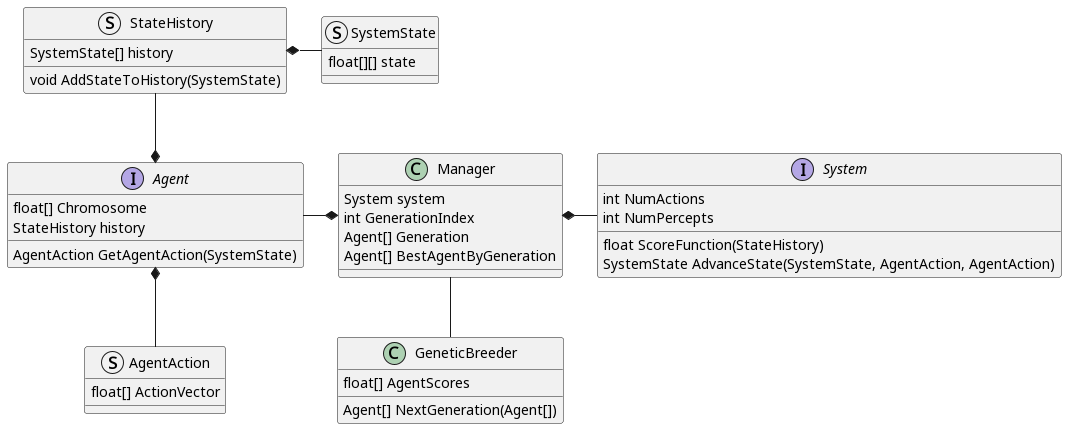
Earlier version of the PlantUML export UML/ProjectPlan.png (Otago-Computing-Students-Society/FoosballGeneticLearning).
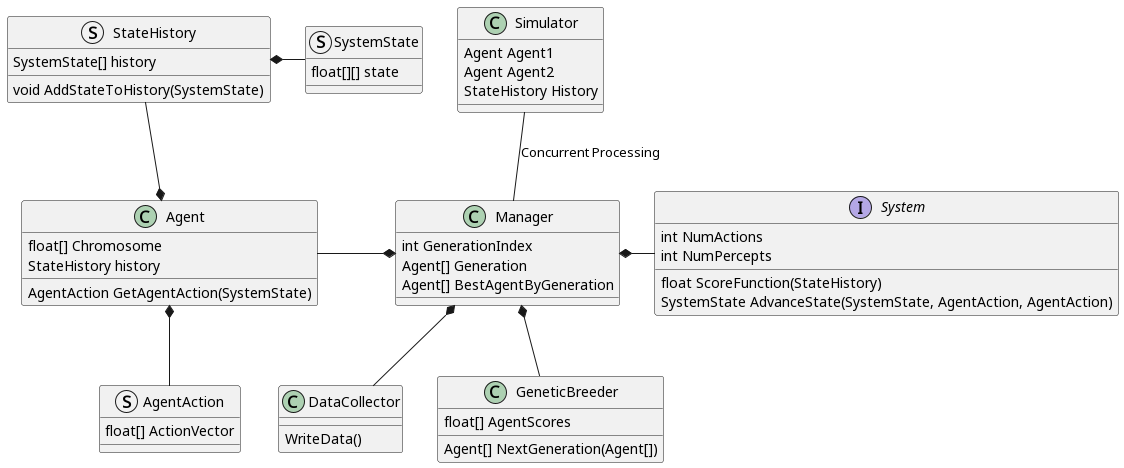
After the change.

Commit message:
Update ProjectPlan and re-export image

What changed in the source:
```diff
@@ -1,6 +1,6 @@
 @startuml
 
-interface Agent {
+Class Agent {
     float[] Chromosome
     StateHistory history
     AgentAction GetAgentAction(SystemState)
@@ -27,10 +27,15 @@
 }
 
 class Manager {
-    System system
     int GenerationIndex
     Agent[] Generation
     Agent[] BestAgentByGeneration
+}
+
+class Simulator {
+    Agent Agent1
+    Agent Agent2
+    StateHistory History
 }
 
 class GeneticBreeder {
@@ -38,11 +43,18 @@
     Agent[] NextGeneration(Agent[])
 }
 
+class DataCollector {
+    WriteData()
+}
+
 Agent *-d- AgentAction
-StateHistory *-r- SystemState
+StateHistory *-l- SystemState
 Agent *-u- StateHistory
 
 Agent -r-* Manager
 System -l-* Manager
-GeneticBreeder -u- Manager
+Simulator -d- Manager: Concurrent Processing
+GeneticBreeder -u-* Manager
+DataCollector -u-* Manager
+
 @enduml
```
